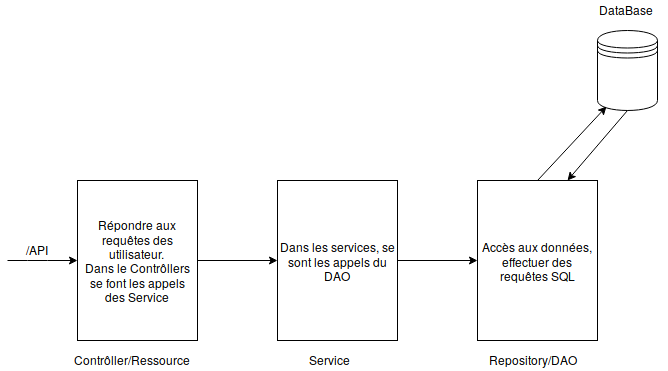
Before: diagrammes/ArchitectureProjet.png, a diagram exported from draw.io (Mouhyi-Eddine/RapportAlternance). Source tidied: cells renumbered, new cells last; positions are measured from the earlier drawing's top-left corner, leaving out a move shared by most shapes.
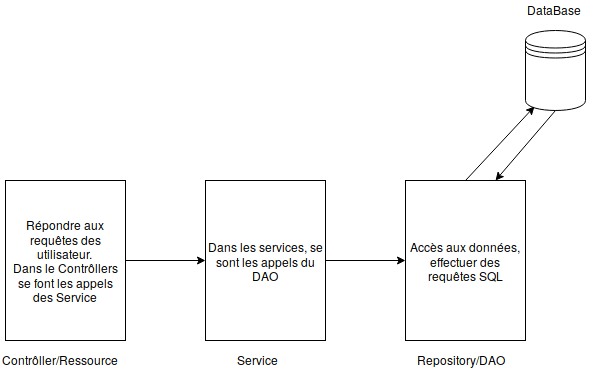
After the commit.

Commit message:
changement de l'architecuture du projet

What changed in the source:
```diff
@@ -26,17 +26,6 @@
     <mxCell id="9" style="endArrow=classic;html=1;exitX=1;exitY=0.5;exitDx=0;exitDy=0;entryX=0;entryY=0.5;entryDx=0;entryDy=0;" parent="1" edge="1" source="6" target="3">
       <mxGeometry relative="1" as="geometry" />
     </mxCell>
-    <mxCell id="10" style="endArrow=classic;html=1;entryX=0;entryY=0.5;entryDx=0;entryDy=0;" parent="1" edge="1" target="7">
-      <mxGeometry relative="1" as="geometry">
-        <mxPoint y="260" as="sourcePoint" />
-        <Array as="points">
-          <mxPoint x="30" y="260" />
-        </Array>
-      </mxGeometry>
-    </mxCell>
-    <mxCell id="11" value="/API" style="text;html=1;align=left;verticalAlign=top;spacingTop=-4;" parent="1" vertex="1">
-      <mxGeometry x="17" y="240" width="40" height="20" as="geometry" />
-    </mxCell>
     <mxCell id="12" value="Repository/DAO" style="text;html=1;align=left;verticalAlign=top;spacingTop=-4;" parent="1" vertex="1">
       <mxGeometry x="480" y="350" width="100" height="20" as="geometry" />
     </mxCell>
```
